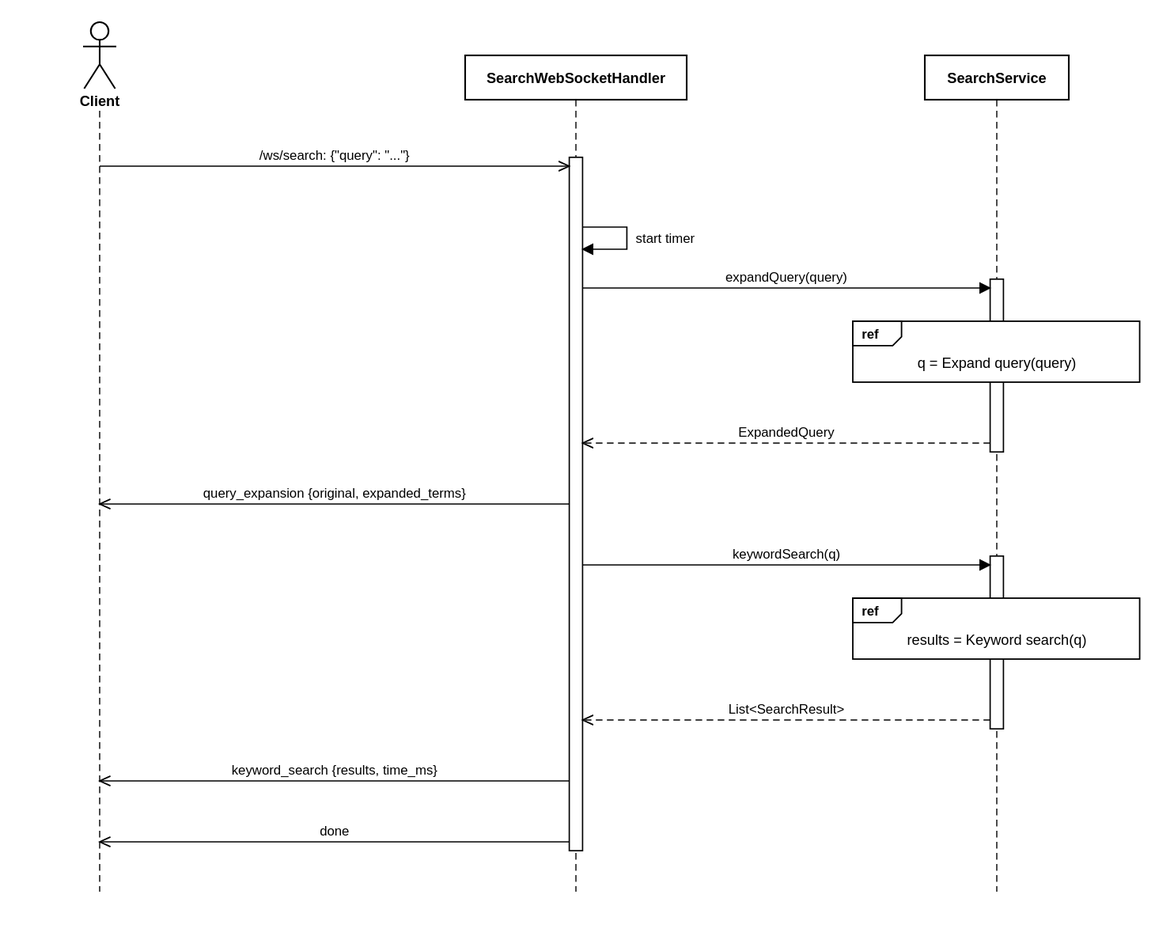
The draw.io diagram docs/uml/seq-search-streaming.drawio.svg in setrios/parallel-inverted-index-search-llm, before a commit. Source tidied: cells renumbered, new cells last; positions are measured from the earlier drawing's top-left corner, leaving out a move shared by most shapes.
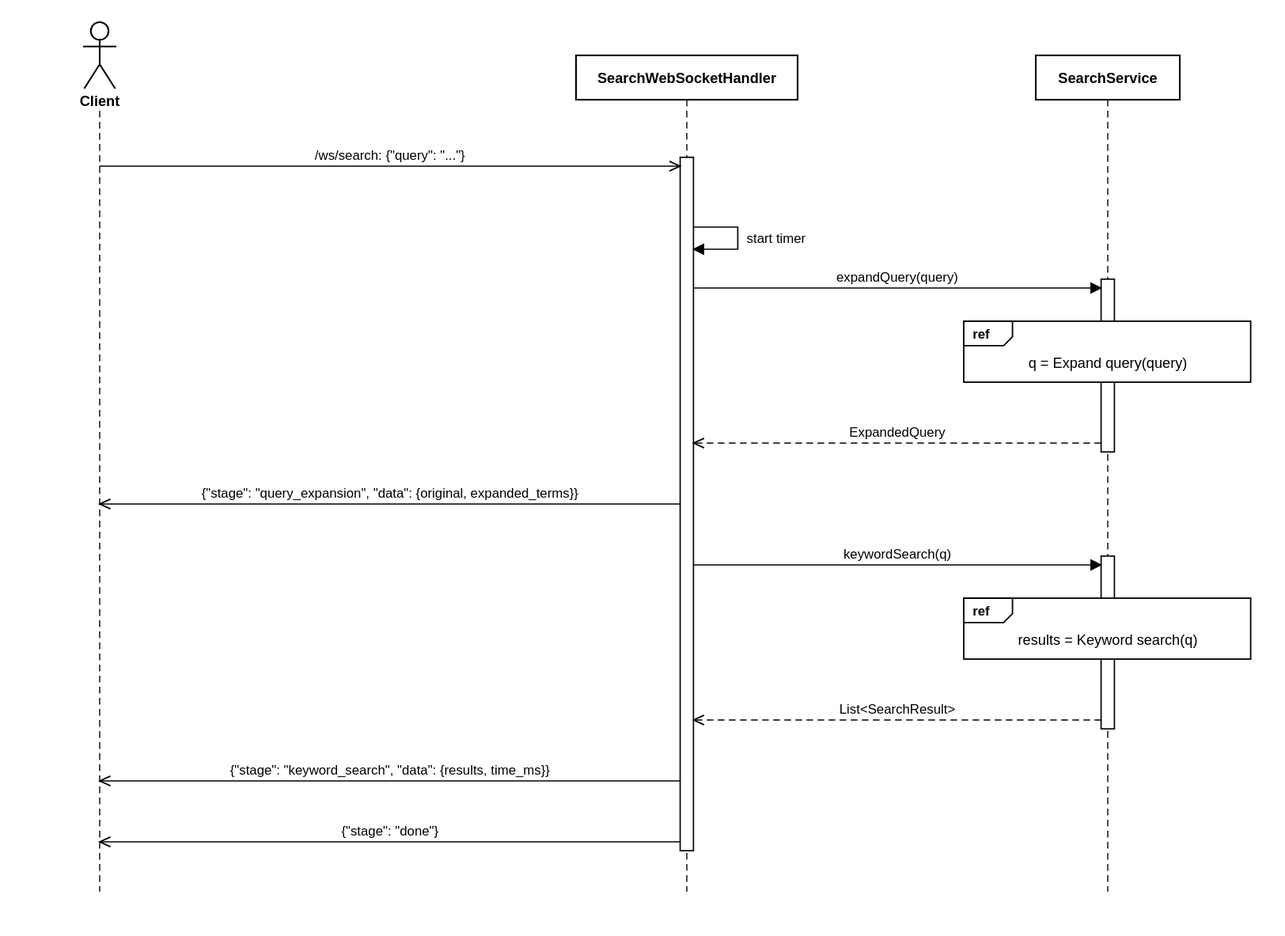
After the change.

Commit message:
docs: use exact websocket message format in streaming sequence diagram

The edit, as a diff of the source:
```diff
@@ -3,12 +3,12 @@
     <mxCell id="0" />
     <mxCell id="1" parent="0" />
     <mxCell id="2" value="Client" style="shape=umlActor;verticalLabelPosition=bottom;verticalAlign=top;html=1;fontStyle=1;" parent="1" vertex="1">
-      <mxGeometry width="30" height="60" as="geometry" />
+      <mxGeometry x="-100" width="30" height="60" as="geometry" />
     </mxCell>
     <mxCell id="3" style="endArrow=none;dashed=1;html=1;" parent="1" edge="1">
       <mxGeometry relative="1" as="geometry">
-        <mxPoint x="15" y="80" as="sourcePoint" />
-        <mxPoint x="15" y="785" as="targetPoint" />
+        <mxPoint x="-85" y="80" as="sourcePoint" />
+        <mxPoint x="-85" y="785" as="targetPoint" />
       </mxGeometry>
     </mxCell>
     <mxCell id="4" value="SearchWebSocketHandler" style="shape=umlLifeline;perimeter=lifelinePerimeter;whiteSpace=wrap;html=1;size=40;fontStyle=1;" parent="1" vertex="1">
@@ -40,7 +40,7 @@
     </mxCell>
     <mxCell id="13" value="/ws/search: {&quot;query&quot;: &quot;...&quot;}" style="html=1;verticalAlign=bottom;endArrow=open;endFill=0;edgeStyle=none;" parent="1" edge="1">
       <mxGeometry relative="1" as="geometry">
-        <mxPoint x="15" y="130" as="sourcePoint" />
+        <mxPoint x="-85" y="130" as="sourcePoint" />
         <mxPoint x="439" y="130" as="targetPoint" />
       </mxGeometry>
     </mxCell>
@@ -69,10 +69,10 @@
         <mxPoint x="451" y="380" as="targetPoint" />
       </mxGeometry>
     </mxCell>
-    <mxCell id="18" value="query_expansion {original, expanded_terms}" style="html=1;verticalAlign=bottom;endArrow=open;endFill=0;edgeStyle=none;" parent="1" edge="1">
+    <mxCell id="18" value="{&quot;stage&quot;: &quot;query_expansion&quot;, &quot;data&quot;: {original, expanded_terms}}" style="html=1;verticalAlign=bottom;endArrow=open;endFill=0;edgeStyle=none;" parent="1" edge="1">
       <mxGeometry relative="1" as="geometry">
         <mxPoint x="439" y="435" as="sourcePoint" />
-        <mxPoint x="15" y="435" as="targetPoint" />
+        <mxPoint x="-85" y="435" as="targetPoint" />
       </mxGeometry>
     </mxCell>
     <mxCell id="19" value="keywordSearch(q)" style="html=1;verticalAlign=bottom;endArrow=block;endFill=1;edgeStyle=none;" parent="1" edge="1">
@@ -87,16 +87,16 @@
         <mxPoint x="451" y="630" as="targetPoint" />
       </mxGeometry>
     </mxCell>
-    <mxCell id="21" value="keyword_search {results, time_ms}" style="html=1;verticalAlign=bottom;endArrow=open;endFill=0;edgeStyle=none;" parent="1" edge="1">
+    <mxCell id="21" value="{&quot;stage&quot;: &quot;keyword_search&quot;, &quot;data&quot;: {results, time_ms}}" style="html=1;verticalAlign=bottom;endArrow=open;endFill=0;edgeStyle=none;" parent="1" edge="1">
       <mxGeometry relative="1" as="geometry">
         <mxPoint x="439" y="685" as="sourcePoint" />
-        <mxPoint x="15" y="685" as="targetPoint" />
+        <mxPoint x="-85" y="685" as="targetPoint" />
       </mxGeometry>
     </mxCell>
-    <mxCell id="22" value="done" style="html=1;verticalAlign=bottom;endArrow=open;endFill=0;edgeStyle=none;" parent="1" edge="1">
+    <mxCell id="22" value="{&quot;stage&quot;: &quot;done&quot;}" style="html=1;verticalAlign=bottom;endArrow=open;endFill=0;edgeStyle=none;" parent="1" edge="1">
       <mxGeometry relative="1" as="geometry">
         <mxPoint x="439" y="740" as="sourcePoint" />
-        <mxPoint x="15" y="740" as="targetPoint" />
+        <mxPoint x="-85" y="740" as="targetPoint" />
       </mxGeometry>
     </mxCell>
   </root>
```
